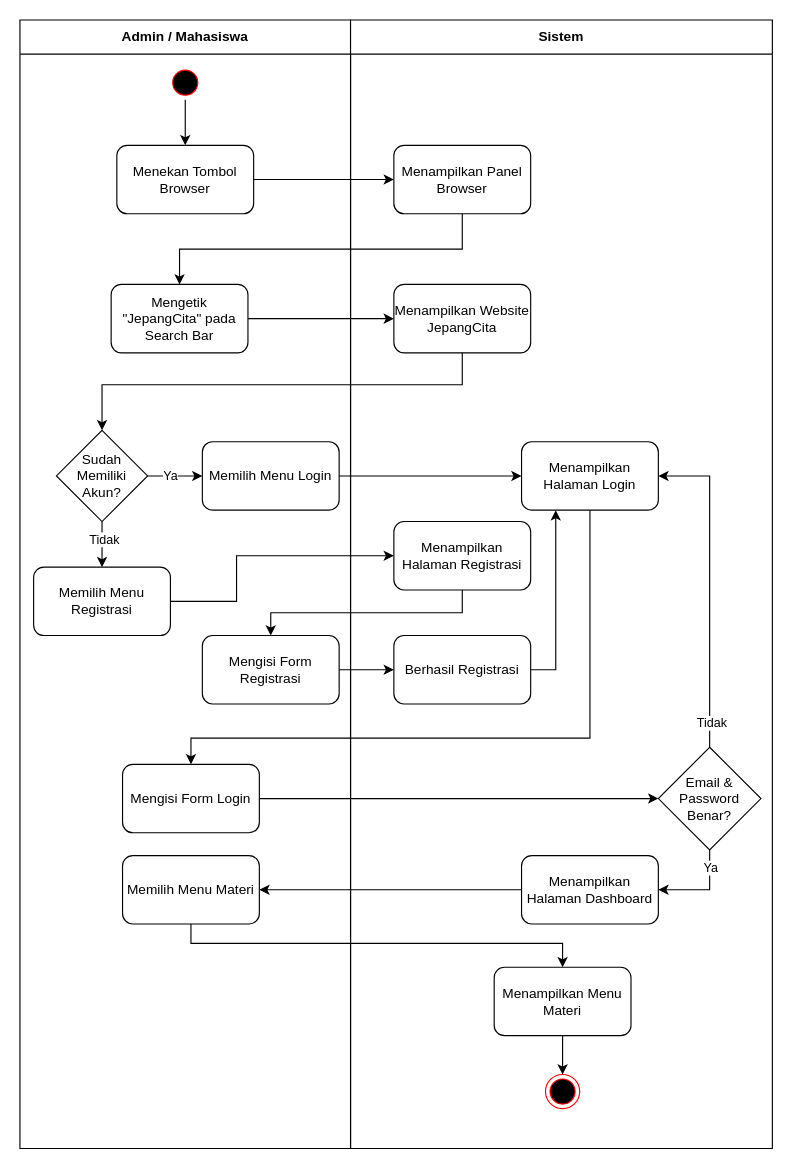
This is skripsi/skripsi/gambar/BAB III/Activity Diagram/Activity Diagram Action Laptop – Materi Bahasa Jepang.drawio from hako-975/UNPAM-File, a draw.io file, before an edit. Source tidied: cells renumbered, new cells numbered last; positions are measured from the earlier drawing's top-left corner, leaving out a move shared by most shapes. Both pictures are drawn from the tidied source at 114%, with x=0, y=0 at pixel (19, 19).
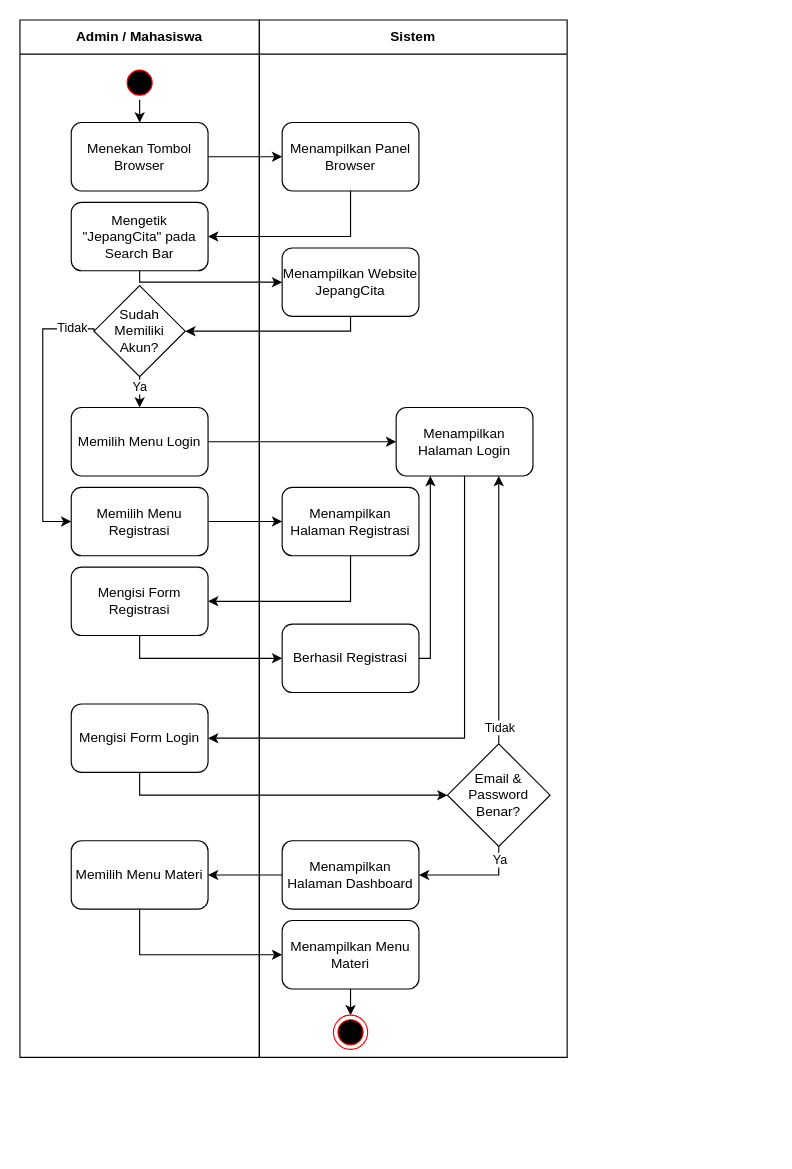
The same diagram, later.

What changed in the source:
```diff
@@
     <mxCell id="2" value="Admin / Mahasiswa" style="swimlane;whiteSpace=wrap;html=1;startSize=30;" parent="1" vertex="1">
-      <mxGeometry width="290" height="990" as="geometry" />
+      <mxGeometry width="210" height="910" as="geometry" />
     </mxCell>
@@
     <mxCell id="4" style="ellipse;html=1;shape=startState;fillColor=#000000;strokeColor=#ff0000;" parent="2" vertex="1">
-      <mxGeometry x="130" y="40" width="30" height="30" as="geometry" />
+      <mxGeometry x="90" y="40" width="30" height="30" as="geometry" />
     </mxCell>
     <mxCell id="5" value="Menekan Tombol&lt;div&gt;Browser&lt;/div&gt;" style="rounded=1;whiteSpace=wrap;html=1;" parent="2" vertex="1">
-      <mxGeometry x="85" y="110" width="120" height="60" as="geometry" />
+      <mxGeometry x="45" y="90" width="120" height="60" as="geometry" />
     </mxCell>
     <mxCell id="6" value="Mengetik &quot;JepangCita&quot; pada Search Bar" style="whiteSpace=wrap;html=1;rounded=1;" parent="2" vertex="1">
-      <mxGeometry x="80" y="232" width="120" height="60" as="geometry" />
+      <mxGeometry x="45" y="160" width="120" height="60" as="geometry" />
     </mxCell>
-    <mxCell id="7" style="edgeStyle=orthogonalEdgeStyle;rounded=0;jettySize=auto;html=1;exitX=1;exitY=0.5;exitDx=0;exitDy=0;" parent="2" edge="1" source="11" target="12">
-      <mxGeometry relative="1" as="geometry" />
-    </mxCell>
-    <mxCell id="8" value="Ya" style="edgeLabel;html=1;align=center;verticalAlign=middle;" parent="7" vertex="1">
-      <mxGeometry x="-0.2" y="1" relative="1" as="geometry" />
-    </mxCell>
-    <mxCell id="9" style="edgeStyle=orthogonalEdgeStyle;rounded=0;jettySize=auto;html=1;exitX=0.5;exitY=1;exitDx=0;exitDy=0;entryX=0.5;entryY=0;entryDx=0;entryDy=0;" parent="2" edge="1" source="11" target="13">
-      <mxGeometry relative="1" as="geometry" />
+    <mxCell id="9" style="edgeStyle=orthogonalEdgeStyle;rounded=0;jettySize=auto;html=1;exitX=0;exitY=0.5;exitDx=0;exitDy=0;entryX=0;entryY=0.5;entryDx=0;entryDy=0;" parent="2" edge="1" source="11" target="13">
+      <mxGeometry relative="1" as="geometry">
+        <Array as="points">
+          <mxPoint x="20" y="271" />
+          <mxPoint x="20" y="440" />
+        </Array>
+      </mxGeometry>
     </mxCell>
     <mxCell id="10" value="Tidak" style="edgeLabel;html=1;align=center;verticalAlign=middle;" parent="9" vertex="1">
       <mxGeometry x="-0.01" y="2" relative="1" as="geometry">
-        <mxPoint x="-1" y="-5" as="offset" />
+        <mxPoint x="23" y="-74" as="offset" />
       </mxGeometry>
     </mxCell>
+    <mxCell id="7" style="edgeStyle=orthogonalEdgeStyle;rounded=0;jettySize=auto;html=1;entryX=0.5;entryY=0;entryDx=0;entryDy=0;" parent="2" edge="1" source="11" target="12">
+      <mxGeometry relative="1" as="geometry" />
+    </mxCell>
+    <mxCell id="45" value="Ya" style="edgeLabel;html=1;align=center;verticalAlign=middle;" parent="7" vertex="1">
+      <mxGeometry x="0.54" y="-1" relative="1" as="geometry">
+        <mxPoint y="-7" as="offset" />
+      </mxGeometry>
+    </mxCell>
     <mxCell id="11" value="Sudah Memiliki Akun?" style="rhombus;whiteSpace=wrap;html=1;" parent="2" vertex="1">
-      <mxGeometry x="32" y="360" width="80" height="80" as="geometry" />
+      <mxGeometry x="65" y="233" width="80" height="80" as="geometry" />
     </mxCell>
     <mxCell id="12" value="Memilih Menu Login" style="whiteSpace=wrap;html=1;rounded=1;" parent="2" vertex="1">
-      <mxGeometry x="160" y="370" width="120" height="60" as="geometry" />
+      <mxGeometry x="45" y="340" width="120" height="60" as="geometry" />
     </mxCell>
     <mxCell id="13" value="Memilih Menu Registrasi" style="whiteSpace=wrap;html=1;rounded=1;" parent="2" vertex="1">
-      <mxGeometry x="12" y="480" width="120" height="60" as="geometry" />
+      <mxGeometry x="45" y="410" width="120" height="60" as="geometry" />
     </mxCell>
     <mxCell id="14" value="Mengisi Form Login" style="whiteSpace=wrap;html=1;rounded=1;" parent="2" vertex="1">
-      <mxGeometry x="90" y="653" width="120" height="60" as="geometry" />
+      <mxGeometry x="45" y="600" width="120" height="60" as="geometry" />
     </mxCell>
     <mxCell id="15" value="Memilih Menu Materi" style="whiteSpace=wrap;html=1;rounded=1;" parent="2" vertex="1">
-      <mxGeometry x="90" y="733" width="120" height="60" as="geometry" />
+      <mxGeometry x="45" y="720" width="120" height="60" as="geometry" />
     </mxCell>
     <mxCell id="16" value="Mengisi Form Registrasi" style="whiteSpace=wrap;html=1;rounded=1;" parent="2" vertex="1">
-      <mxGeometry x="160" y="540" width="120" height="60" as="geometry" />
+      <mxGeometry x="45" y="480" width="120" height="60" as="geometry" />
     </mxCell>
     <mxCell id="17" value="Sistem" style="swimlane;whiteSpace=wrap;html=1;startSize=30;" parent="1" vertex="1">
-      <mxGeometry x="290" width="370" height="990" as="geometry" />
+      <mxGeometry x="210" width="270" height="910" as="geometry" />
     </mxCell>
     <mxCell id="18" value="Menampilkan Panel Browser" style="whiteSpace=wrap;html=1;rounded=1;" parent="17" vertex="1">
-      <mxGeometry x="38" y="110" width="120" height="60" as="geometry" />
+      <mxGeometry x="20" y="90" width="120" height="60" as="geometry" />
     </mxCell>
     <mxCell id="19" value="Menampilkan Website JepangCita" style="whiteSpace=wrap;html=1;rounded=1;" parent="17" vertex="1">
-      <mxGeometry x="38" y="232" width="120" height="60" as="geometry" />
+      <mxGeometry x="20" y="200" width="120" height="60" as="geometry" />
     </mxCell>
     <mxCell id="20" value="Menampilkan Halaman Login" style="whiteSpace=wrap;html=1;rounded=1;" parent="17" vertex="1">
-      <mxGeometry x="150" y="370" width="120" height="60" as="geometry" />
+      <mxGeometry x="120" y="340" width="120" height="60" as="geometry" />
     </mxCell>
-    <mxCell id="21" style="edgeStyle=orthogonalEdgeStyle;rounded=0;jettySize=auto;html=1;exitX=0.5;exitY=0;exitDx=0;exitDy=0;entryX=1;entryY=0.5;entryDx=0;entryDy=0;" parent="17" edge="1" source="25" target="20">
+    <mxCell id="21" style="edgeStyle=orthogonalEdgeStyle;rounded=0;jettySize=auto;html=1;entryX=0.75;entryY=1;entryDx=0;entryDy=0;" parent="17" edge="1" source="25" target="20">
       <mxGeometry relative="1" as="geometry" />
     </mxCell>
-    <mxCell id="22" value="Tidak" style="edgeLabel;html=1;align=center;verticalAlign=middle;" parent="21" vertex="1">
-      <mxGeometry x="0.84" y="1" relative="1" as="geometry">
-        <mxPoint x="23" y="215" as="offset" />
-      </mxGeometry>
-    </mxCell>
-    <mxCell id="23" style="edgeStyle=orthogonalEdgeStyle;rounded=0;jettySize=auto;html=1;exitX=0.5;exitY=1;exitDx=0;exitDy=0;entryX=1;entryY=0.5;entryDx=0;entryDy=0;" parent="17" edge="1" source="25" target="26">
+    <mxCell id="23" style="edgeStyle=orthogonalEdgeStyle;rounded=0;jettySize=auto;html=1;entryX=1;entryY=0.5;entryDx=0;entryDy=0;exitX=0.5;exitY=1;exitDx=0;exitDy=0;" parent="17" edge="1" source="25" target="26">
       <mxGeometry relative="1" as="geometry" />
     </mxCell>
-    <mxCell id="24" value="Ya" style="edgeLabel;html=1;align=center;verticalAlign=middle;" parent="23" vertex="1">
-      <mxGeometry x="-0.53" relative="1" as="geometry">
-        <mxPoint y="-4" as="offset" />
-      </mxGeometry>
-    </mxCell>
+    <mxCell id="46" value="Ya" style="edgeLabel;html=1;align=center;verticalAlign=middle;" parent="23" vertex="1">
+      <mxGeometry x="-0.77" relative="1" as="geometry" />
+    </mxCell>
     <mxCell id="25" value="Email &amp;amp; Password Benar?" style="rhombus;whiteSpace=wrap;html=1;" parent="17" vertex="1">
-      <mxGeometry x="270" y="638" width="90" height="90" as="geometry" />
+      <mxGeometry x="165" y="635" width="90" height="90" as="geometry" />
     </mxCell>
     <mxCell id="26" value="Menampilkan Halaman Dashboard" style="whiteSpace=wrap;html=1;rounded=1;" parent="17" vertex="1">
-      <mxGeometry x="150" y="733" width="120" height="60" as="geometry" />
+      <mxGeometry x="20" y="720" width="120" height="60" as="geometry" />
     </mxCell>
@@
     <mxCell id="28" value="Menampilkan Menu Materi" style="whiteSpace=wrap;html=1;rounded=1;" parent="17" vertex="1">
-      <mxGeometry x="126" y="831" width="120" height="60" as="geometry" />
+      <mxGeometry x="20" y="790" width="120" height="60" as="geometry" />
     </mxCell>
     <mxCell id="29" style="ellipse;html=1;shape=endState;fillColor=#000000;strokeColor=#ff0000;" parent="17" vertex="1">
-      <mxGeometry x="171" y="925" width="30" height="30" as="geometry" />
+      <mxGeometry x="65" y="873" width="30" height="30" as="geometry" />
     </mxCell>
     <mxCell id="30" value="Menampilkan Halaman Registrasi" style="whiteSpace=wrap;html=1;rounded=1;" parent="17" vertex="1">
-      <mxGeometry x="38" y="440" width="120" height="60" as="geometry" />
+      <mxGeometry x="20" y="410" width="120" height="60" as="geometry" />
     </mxCell>
-    <mxCell id="31" style="edgeStyle=orthogonalEdgeStyle;rounded=0;jettySize=auto;html=1;entryX=0.25;entryY=1;entryDx=0;entryDy=0;" parent="17" edge="1" source="32" target="20">
+    <mxCell id="31" style="edgeStyle=orthogonalEdgeStyle;rounded=0;jettySize=auto;html=1;entryX=0.25;entryY=1;entryDx=0;entryDy=0;exitX=1;exitY=0.5;exitDx=0;exitDy=0;" parent="17" edge="1" source="32" target="20">
       <mxGeometry relative="1" as="geometry">
         <Array as="points">
-          <mxPoint x="180" y="570" />
+          <mxPoint x="150" y="560" />
         </Array>
       </mxGeometry>
     </mxCell>
     <mxCell id="32" value="Berhasil Registrasi" style="whiteSpace=wrap;html=1;rounded=1;" parent="17" vertex="1">
-      <mxGeometry x="38" y="540" width="120" height="60" as="geometry" />
+      <mxGeometry x="20" y="530" width="120" height="60" as="geometry" />
     </mxCell>
+    <mxCell id="22" value="Tidak" style="edgeLabel;html=1;align=center;verticalAlign=middle;" parent="17" vertex="1">
+      <mxGeometry x="213" y="675" as="geometry">
+        <mxPoint x="-3" y="-55" as="offset" />
+      </mxGeometry>
+    </mxCell>
@@
-    <mxCell id="34" style="edgeStyle=orthogonalEdgeStyle;rounded=0;jettySize=auto;html=1;exitX=0.5;exitY=1;exitDx=0;exitDy=0;entryX=0.5;entryY=0;entryDx=0;entryDy=0;" parent="1" edge="1" source="18" target="6">
+    <mxCell id="34" style="edgeStyle=orthogonalEdgeStyle;rounded=0;jettySize=auto;html=1;exitX=0.5;exitY=1;exitDx=0;exitDy=0;entryX=1;entryY=0.5;entryDx=0;entryDy=0;" parent="1" edge="1" source="18" target="6">
       <mxGeometry relative="1" as="geometry" />
     </mxCell>
+    <mxCell id="37" style="edgeStyle=orthogonalEdgeStyle;rounded=0;jettySize=auto;html=1;entryX=0;entryY=0.5;entryDx=0;entryDy=0;" parent="1" edge="1" source="12" target="20">
+      <mxGeometry relative="1" as="geometry" />
+    </mxCell>
+    <mxCell id="38" style="edgeStyle=orthogonalEdgeStyle;rounded=0;jettySize=auto;html=1;entryX=1;entryY=0.5;entryDx=0;entryDy=0;" parent="1" edge="1" source="26" target="15">
+      <mxGeometry relative="1" as="geometry" />
+    </mxCell>
+    <mxCell id="40" style="edgeStyle=orthogonalEdgeStyle;rounded=0;jettySize=auto;html=1;exitX=0.5;exitY=1;exitDx=0;exitDy=0;entryX=1;entryY=0.5;entryDx=0;entryDy=0;" parent="1" edge="1" source="20" target="14">
+      <mxGeometry relative="1" as="geometry">
+        <Array as="points">
+          <mxPoint x="390" y="630" />
+        </Array>
+      </mxGeometry>
+    </mxCell>
+    <mxCell id="41" style="edgeStyle=orthogonalEdgeStyle;rounded=0;jettySize=auto;html=1;exitX=0.5;exitY=1;exitDx=0;exitDy=0;entryX=0;entryY=0.5;entryDx=0;entryDy=0;" parent="1" edge="1" source="14" target="25">
+      <mxGeometry relative="1" as="geometry" />
+    </mxCell>
+    <mxCell id="43" style="edgeStyle=orthogonalEdgeStyle;rounded=0;jettySize=auto;html=1;entryX=1;entryY=0.5;entryDx=0;entryDy=0;exitX=0.5;exitY=1;exitDx=0;exitDy=0;" parent="1" edge="1" source="30" target="16">
+      <mxGeometry relative="1" as="geometry">
+        <Array as="points">
+          <mxPoint x="290" y="510" />
+        </Array>
+      </mxGeometry>
+    </mxCell>
+    <mxCell id="44" style="edgeStyle=orthogonalEdgeStyle;rounded=0;jettySize=auto;html=1;entryX=0;entryY=0.5;entryDx=0;entryDy=0;exitX=0.5;exitY=1;exitDx=0;exitDy=0;" parent="1" edge="1" source="16" target="32">
+      <mxGeometry relative="1" as="geometry" />
+    </mxCell>
+    <mxCell id="39" style="edgeStyle=orthogonalEdgeStyle;rounded=0;jettySize=auto;html=1;entryX=0;entryY=0.5;entryDx=0;entryDy=0;" parent="1" edge="1" source="13" target="30">
+      <mxGeometry relative="1" as="geometry" />
+    </mxCell>
+    <mxCell id="42" style="edgeStyle=orthogonalEdgeStyle;rounded=0;jettySize=auto;html=1;entryX=0;entryY=0.5;entryDx=0;entryDy=0;exitX=0.5;exitY=1;exitDx=0;exitDy=0;" parent="1" edge="1" source="15" target="28">
+      <mxGeometry relative="1" as="geometry">
+        <Array as="points">
+          <mxPoint x="105" y="820" />
+        </Array>
+      </mxGeometry>
+    </mxCell>
-    <mxCell id="35" style="edgeStyle=orthogonalEdgeStyle;rounded=0;jettySize=auto;html=1;entryX=0;entryY=0.5;entryDx=0;entryDy=0;" parent="1" edge="1" source="6" target="19">
-      <mxGeometry relative="1" as="geometry" />
+    <mxCell id="35" style="edgeStyle=orthogonalEdgeStyle;rounded=0;jettySize=auto;html=1;entryX=0;entryY=0.5;entryDx=0;entryDy=0;exitX=0.5;exitY=1;exitDx=0;exitDy=0;" parent="1" edge="1" source="6" target="19">
+      <mxGeometry relative="1" as="geometry">
+        <Array as="points">
+          <mxPoint x="105" y="230" />
+        </Array>
+      </mxGeometry>
     </mxCell>
-    <mxCell id="36" style="edgeStyle=orthogonalEdgeStyle;rounded=0;jettySize=auto;html=1;entryX=0.5;entryY=0;entryDx=0;entryDy=0;exitX=0.5;exitY=1;exitDx=0;exitDy=0;" parent="1" edge="1" source="19" target="11">
+    <mxCell id="36" style="edgeStyle=orthogonalEdgeStyle;rounded=0;jettySize=auto;html=1;entryX=1;entryY=0.5;entryDx=0;entryDy=0;exitX=0.5;exitY=1;exitDx=0;exitDy=0;" parent="1" edge="1" source="19" target="11">
       <mxGeometry relative="1" as="geometry">
         <Array as="points">
-          <mxPoint x="368" y="320" />
-          <mxPoint x="90" y="320" />
+          <mxPoint x="290" y="273" />
         </Array>
       </mxGeometry>
     </mxCell>
-    <mxCell id="37" style="edgeStyle=orthogonalEdgeStyle;rounded=0;jettySize=auto;html=1;entryX=0;entryY=0.5;entryDx=0;entryDy=0;" parent="1" edge="1" source="12" target="20">
-      <mxGeometry relative="1" as="geometry" />
-    </mxCell>
-    <mxCell id="38" style="edgeStyle=orthogonalEdgeStyle;rounded=0;jettySize=auto;html=1;entryX=1;entryY=0.5;entryDx=0;entryDy=0;" parent="1" edge="1" source="26" target="15">
-      <mxGeometry relative="1" as="geometry" />
-    </mxCell>
-    <mxCell id="39" style="edgeStyle=orthogonalEdgeStyle;rounded=0;jettySize=auto;html=1;entryX=0;entryY=0.5;entryDx=0;entryDy=0;" parent="1" edge="1" source="13" target="30">
-      <mxGeometry relative="1" as="geometry">
-        <Array as="points">
-          <mxPoint x="190" y="510" />
-          <mxPoint x="190" y="470" />
-        </Array>
-      </mxGeometry>
-    </mxCell>
-    <mxCell id="40" style="edgeStyle=orthogonalEdgeStyle;rounded=0;jettySize=auto;html=1;exitX=0.5;exitY=1;exitDx=0;exitDy=0;entryX=0.5;entryY=0;entryDx=0;entryDy=0;" parent="1" edge="1" source="20" target="14">
-      <mxGeometry relative="1" as="geometry">
-        <Array as="points">
-          <mxPoint x="500" y="630" />
-          <mxPoint x="150" y="630" />
-        </Array>
-      </mxGeometry>
-    </mxCell>
-    <mxCell id="41" style="edgeStyle=orthogonalEdgeStyle;rounded=0;jettySize=auto;html=1;exitX=1;exitY=0.5;exitDx=0;exitDy=0;entryX=0;entryY=0.5;entryDx=0;entryDy=0;" parent="1" edge="1" source="14" target="25">
-      <mxGeometry relative="1" as="geometry" />
-    </mxCell>
-    <mxCell id="42" style="edgeStyle=orthogonalEdgeStyle;rounded=0;jettySize=auto;html=1;entryX=0.5;entryY=0;entryDx=0;entryDy=0;" parent="1" edge="1" source="15" target="28">
-      <mxGeometry relative="1" as="geometry">
-        <Array as="points">
-          <mxPoint x="150" y="810" />
-          <mxPoint x="476" y="810" />
-        </Array>
-      </mxGeometry>
-    </mxCell>
-    <mxCell id="43" style="edgeStyle=orthogonalEdgeStyle;rounded=0;jettySize=auto;html=1;entryX=0.5;entryY=0;entryDx=0;entryDy=0;" parent="1" edge="1" source="30" target="16">
-      <mxGeometry relative="1" as="geometry">
-        <Array as="points">
-          <mxPoint x="388" y="520" />
-          <mxPoint x="220" y="520" />
-        </Array>
-      </mxGeometry>
-    </mxCell>
-    <mxCell id="44" style="edgeStyle=orthogonalEdgeStyle;rounded=0;jettySize=auto;html=1;entryX=0;entryY=0.5;entryDx=0;entryDy=0;" parent="1" edge="1" source="16" target="32">
-      <mxGeometry relative="1" as="geometry" />
-    </mxCell>
```
